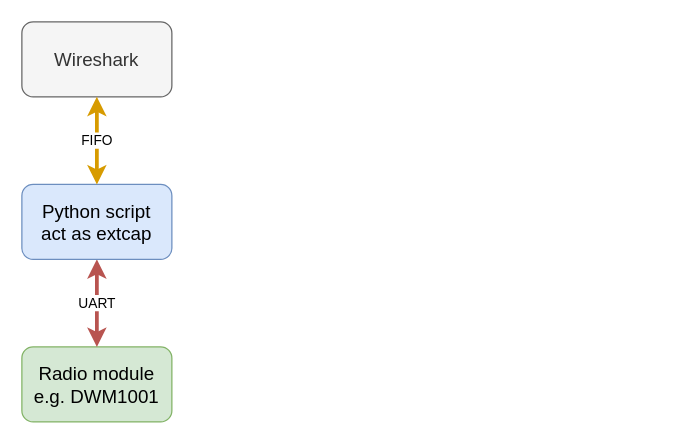
This is reports/drawio/extcap_802_15_4.drawio from tuannv-github/uwb-ips, a draw.io file, before an edit. Source tidied: cells renumbered, new cells numbered last; positions are measured from the earlier drawing's top-left corner, leaving out a move shared by most shapes. Both pictures are drawn from the tidied source at 125%, with x=0, y=0 at pixel (21, 21).
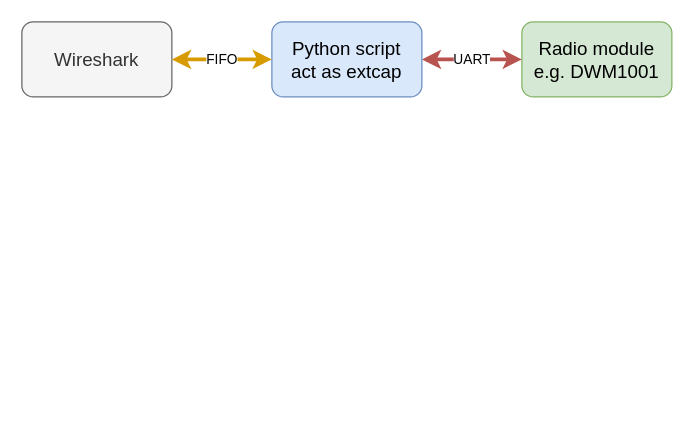
The same page after the edit.

What changed in the source:
```diff
@@
 <mxGraphModel>
   <root>
     <mxCell id="0" />
     <mxCell id="1" parent="0" />
     <mxCell id="2" value="&lt;font style=&quot;font-size: 15px&quot;&gt;Radio module&lt;br&gt;e.g. DWM1001&lt;/font&gt;" style="rounded=1;whiteSpace=wrap;html=1;fillColor=#d5e8d4;strokeColor=#82b366;" parent="1" vertex="1">
-      <mxGeometry y="260" width="120" height="60" as="geometry" />
+      <mxGeometry x="400" width="120" height="60" as="geometry" />
     </mxCell>
-    <mxCell id="3" value="UART" style="endArrow=classic;startArrow=classic;html=1;exitX=0.5;exitY=1;exitDx=0;exitDy=0;fillColor=#f8cecc;strokeColor=#b85450;strokeWidth=3;" parent="1" edge="1" source="4" target="2">
+    <mxCell id="3" value="UART" style="endArrow=classic;startArrow=classic;html=1;exitX=1;exitY=0.5;exitDx=0;exitDy=0;fillColor=#f8cecc;strokeColor=#b85450;strokeWidth=3;entryX=0;entryY=0.5;entryDx=0;entryDy=0;" parent="1" edge="1" source="4" target="2">
       <mxGeometry relative="1" as="geometry" />
     </mxCell>
     <mxCell id="4" value="&lt;font style=&quot;font-size: 15px&quot;&gt;Python script&lt;br&gt;act as extcap&lt;/font&gt;" style="rounded=1;whiteSpace=wrap;html=1;fillColor=#dae8fc;strokeColor=#6c8ebf;" parent="1" vertex="1">
-      <mxGeometry y="130" width="120" height="60" as="geometry" />
+      <mxGeometry x="200" width="120" height="60" as="geometry" />
     </mxCell>
     <mxCell id="5" value="&lt;font style=&quot;font-size: 15px&quot;&gt;Wireshark&lt;/font&gt;" style="rounded=1;whiteSpace=wrap;html=1;fillColor=#f5f5f5;strokeColor=#666666;fontColor=#333333;" parent="1" vertex="1">
       <mxGeometry width="120" height="60" as="geometry" />
     </mxCell>
-    <mxCell id="6" value="FIFO" style="endArrow=classic;startArrow=classic;html=1;entryX=0.5;entryY=1;entryDx=0;entryDy=0;exitX=0.5;exitY=0;exitDx=0;exitDy=0;fillColor=#ffe6cc;strokeColor=#d79b00;strokeWidth=3;" parent="1" edge="1" source="4" target="5">
+    <mxCell id="6" value="FIFO" style="endArrow=classic;startArrow=classic;html=1;entryX=1;entryY=0.5;entryDx=0;entryDy=0;exitX=0;exitY=0.5;exitDx=0;exitDy=0;fillColor=#ffe6cc;strokeColor=#d79b00;strokeWidth=3;" parent="1" edge="1" source="4" target="5">
       <mxGeometry relative="1" as="geometry" />
     </mxCell>
   </root>
 </mxGraphModel>
```
